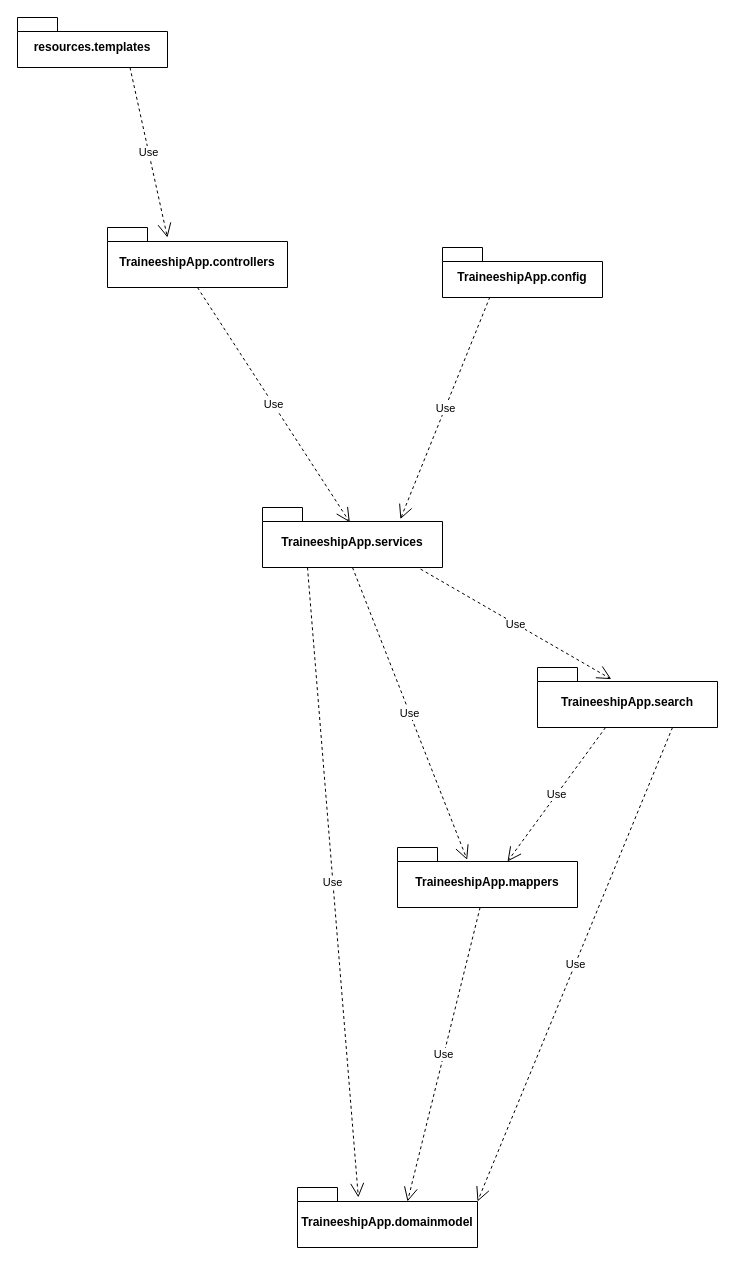
Above: package.drawio in uoibrunch/traineeship-management-system (draw.io), before the change. Source tidied: cells renumbered, new cells numbered last; positions are measured from the earlier drawing's top-left corner, leaving out a move shared by most shapes. Both pictures are drawn from the tidied source at 100%, with x=0, y=0 at pixel (17, 17).
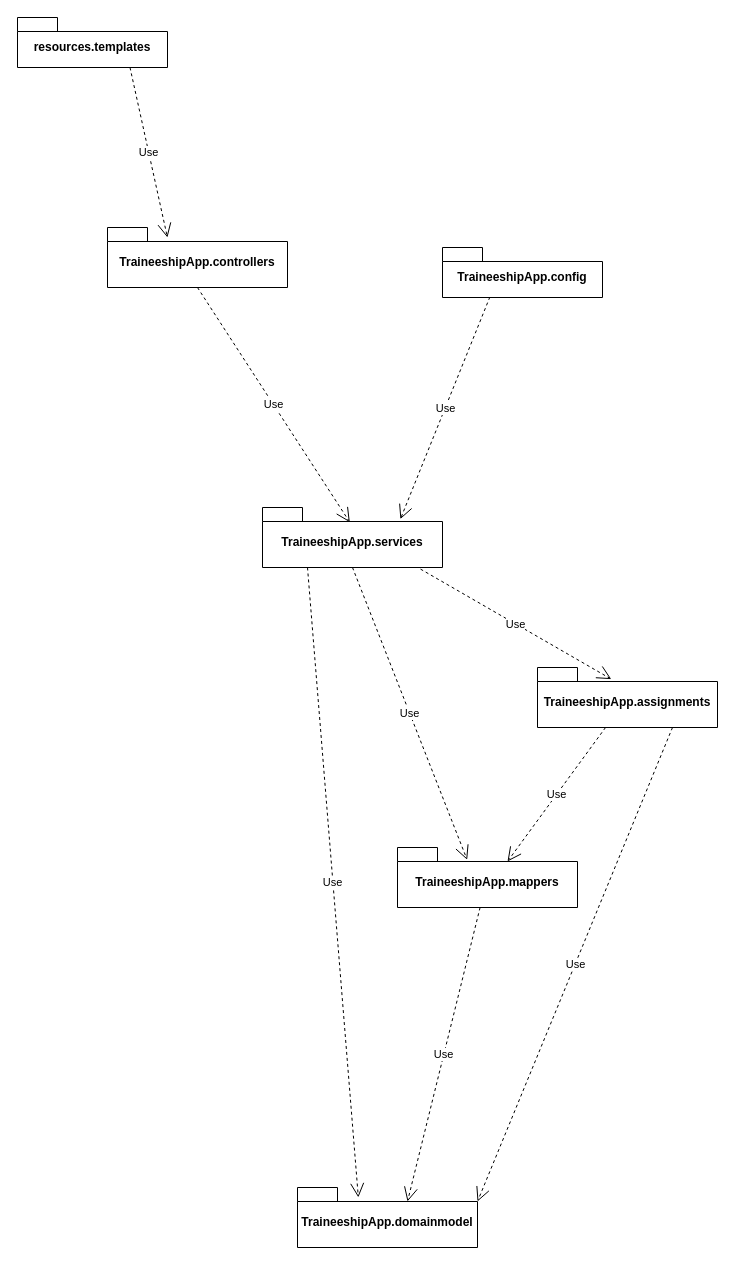
After the change.

Commit message (it also covers changes not shown here):
renamed to assignments and fixed package uml

Diff of the diagram source:
```diff
@@
 <mxGraphModel>
   <root>
     <mxCell id="0" />
     <mxCell id="1" parent="0" />
     <mxCell id="2" value="resources.templates" style="shape=folder;fontStyle=1;spacingTop=10;tabWidth=40;tabHeight=14;tabPosition=left;html=1;whiteSpace=wrap;" parent="1" vertex="1">
       <mxGeometry width="150" height="50" as="geometry" />
     </mxCell>
     <mxCell id="3" value="TraineeshipApp.controllers" style="shape=folder;fontStyle=1;spacingTop=10;tabWidth=40;tabHeight=14;tabPosition=left;html=1;whiteSpace=wrap;" parent="1" vertex="1">
       <mxGeometry x="90" y="210" width="180" height="60" as="geometry" />
     </mxCell>
     <mxCell id="4" value="Use" style="endArrow=open;endSize=12;dashed=1;html=1;exitX=0.75;exitY=1;exitDx=0;exitDy=0;exitPerimeter=0;entryX=0.333;entryY=0.167;entryDx=0;entryDy=0;entryPerimeter=0;" parent="1" edge="1" source="2" target="3">
       <mxGeometry relative="1" as="geometry" />
     </mxCell>
     <mxCell id="5" value="&lt;span style=&quot;color: rgb(0, 0, 0);&quot;&gt;TraineeshipApp.config&lt;/span&gt;" style="shape=folder;fontStyle=1;spacingTop=10;tabWidth=40;tabHeight=14;tabPosition=left;html=1;whiteSpace=wrap;" parent="1" vertex="1">
       <mxGeometry x="425" y="230" width="160" height="50" as="geometry" />
     </mxCell>
     <mxCell id="6" value="Use" style="endArrow=open;endSize=12;dashed=1;html=1;exitX=0.296;exitY=0.991;exitDx=0;exitDy=0;exitPerimeter=0;entryX=0.766;entryY=0.194;entryDx=0;entryDy=0;entryPerimeter=0;" parent="1" edge="1" source="5" target="7">
       <mxGeometry relative="1" as="geometry" />
     </mxCell>
     <mxCell id="7" value="TraineeshipApp.services" style="shape=folder;fontStyle=1;spacingTop=10;tabWidth=40;tabHeight=14;tabPosition=left;html=1;whiteSpace=wrap;" parent="1" vertex="1">
       <mxGeometry x="245" y="490" width="180" height="60" as="geometry" />
     </mxCell>
     <mxCell id="8" value="Use" style="endArrow=open;endSize=12;dashed=1;html=1;exitX=0.5;exitY=1;exitDx=0;exitDy=0;exitPerimeter=0;entryX=0.485;entryY=0.246;entryDx=0;entryDy=0;entryPerimeter=0;" parent="1" edge="1" source="3" target="7">
       <mxGeometry relative="1" as="geometry" />
     </mxCell>
     <mxCell id="9" value="TraineeshipApp.domainmodel" style="shape=folder;fontStyle=1;spacingTop=10;tabWidth=40;tabHeight=14;tabPosition=left;html=1;whiteSpace=wrap;" parent="1" vertex="1">
       <mxGeometry x="280" y="1170" width="180" height="60" as="geometry" />
     </mxCell>
     <mxCell id="10" value="Use" style="endArrow=open;endSize=12;dashed=1;html=1;exitX=0.25;exitY=1;exitDx=0;exitDy=0;exitPerimeter=0;entryX=0.338;entryY=0.165;entryDx=0;entryDy=0;entryPerimeter=0;" parent="1" edge="1" source="7" target="9">
       <mxGeometry relative="1" as="geometry" />
     </mxCell>
     <mxCell id="11" value="TraineeshipApp.mappers" style="shape=folder;fontStyle=1;spacingTop=10;tabWidth=40;tabHeight=14;tabPosition=left;html=1;whiteSpace=wrap;" parent="1" vertex="1">
       <mxGeometry x="380" y="830" width="180" height="60" as="geometry" />
     </mxCell>
     <mxCell id="12" value="Use" style="endArrow=open;endSize=12;dashed=1;html=1;exitX=0.5;exitY=1;exitDx=0;exitDy=0;exitPerimeter=0;entryX=0.387;entryY=0.205;entryDx=0;entryDy=0;entryPerimeter=0;" parent="1" edge="1" source="7" target="11">
       <mxGeometry relative="1" as="geometry" />
     </mxCell>
-    <mxCell id="13" value="TraineeshipApp.search" style="shape=folder;fontStyle=1;spacingTop=10;tabWidth=40;tabHeight=14;tabPosition=left;html=1;whiteSpace=wrap;" parent="1" vertex="1">
+    <mxCell id="13" value="TraineeshipApp.assignments" style="shape=folder;fontStyle=1;spacingTop=10;tabWidth=40;tabHeight=14;tabPosition=left;html=1;whiteSpace=wrap;" parent="1" vertex="1">
       <mxGeometry x="520" y="650" width="180" height="60" as="geometry" />
     </mxCell>
     <mxCell id="14" value="Use" style="endArrow=open;endSize=12;dashed=1;html=1;exitX=0.878;exitY=1.027;exitDx=0;exitDy=0;exitPerimeter=0;entryX=0.41;entryY=0.194;entryDx=0;entryDy=0;entryPerimeter=0;" parent="1" edge="1" source="7" target="13">
       <mxGeometry relative="1" as="geometry" />
     </mxCell>
     <mxCell id="15" value="Use" style="endArrow=open;endSize=12;dashed=1;html=1;entryX=0;entryY=0;entryDx=110;entryDy=14;entryPerimeter=0;" parent="1" edge="1" source="11" target="9">
       <mxGeometry relative="1" as="geometry" />
     </mxCell>
     <mxCell id="16" value="Use" style="endArrow=open;endSize=12;dashed=1;html=1;entryX=0;entryY=0;entryDx=110;entryDy=14;entryPerimeter=0;" parent="1" edge="1" source="13" target="11">
       <mxGeometry relative="1" as="geometry" />
     </mxCell>
     <mxCell id="17" value="Use" style="endArrow=open;endSize=12;dashed=1;html=1;entryX=0;entryY=0;entryDx=180;entryDy=14;entryPerimeter=0;exitX=0.75;exitY=1;exitDx=0;exitDy=0;exitPerimeter=0;" parent="1" edge="1" source="13" target="9">
       <mxGeometry relative="1" as="geometry" />
     </mxCell>
   </root>
 </mxGraphModel>
```
